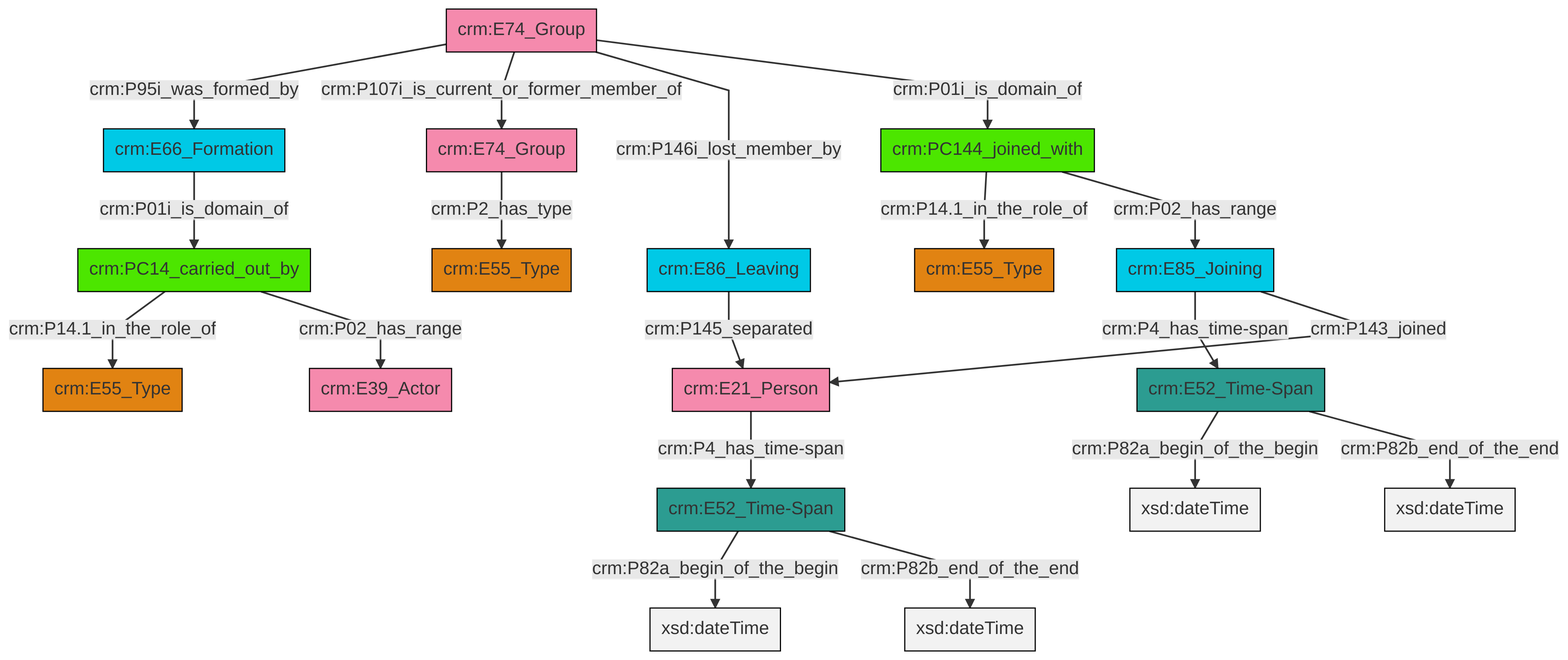
The Mermaid diagram et/groupCSV/ttl/mmd/png/group_actor_relations.png in swiss-art-research-net/docs.swissartresearch, before a commit. Its source is kept beside it as et/groupCSV/ttl/mmd/group_actor_relations.ttl.mmd.
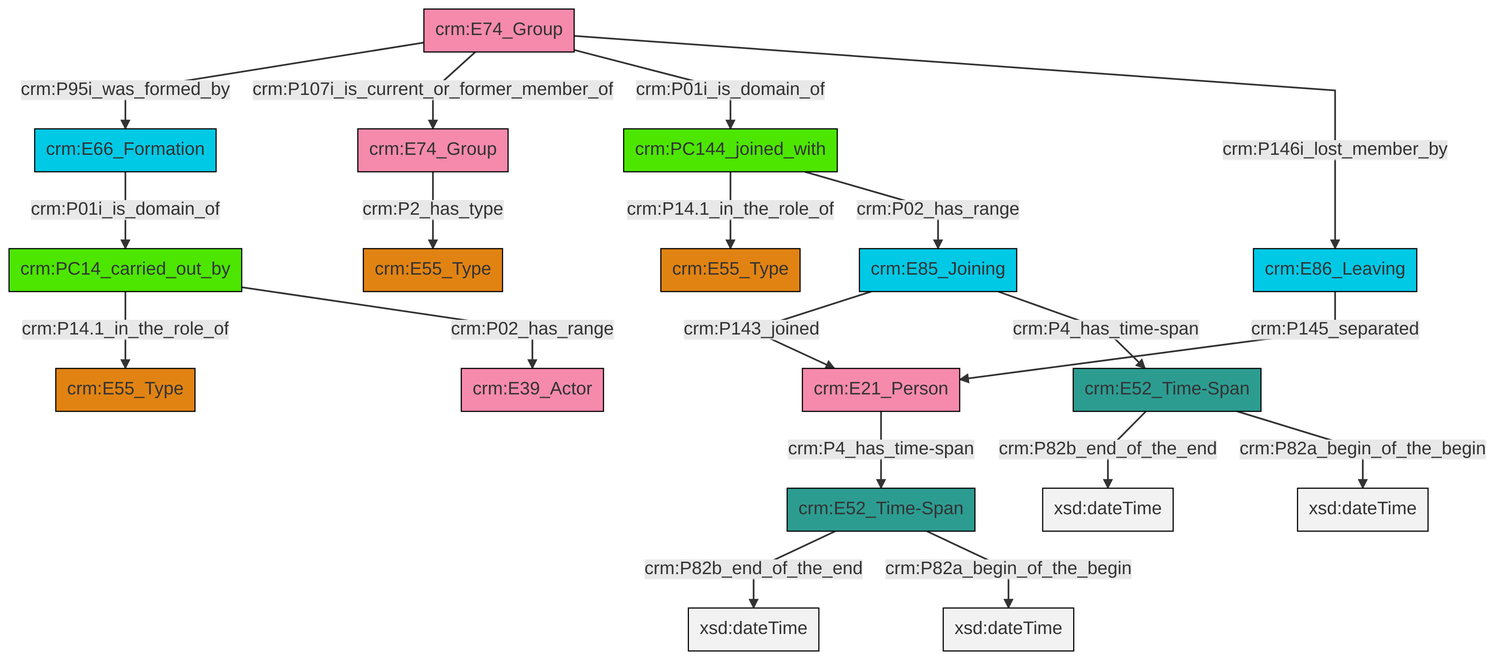
The same diagram one commit later.

What changed in the source:
```diff
@@ -13,21 +13,21 @@
 classDef PC_Classes fill:#4ce600, stroke:#000000;
 classDef Multi fill:#cccccc,stroke:#000000;
 
-0["crm:E74_Group"]:::Actor -->|crm:P2_has_type| 1["crm:E55_Type"]:::Type
-4["crm:E74_Group"]:::Actor -->|crm:P95i_was_formed_by| 5["crm:E66_Formation"]:::Temporal_Entity
-8["crm:E86_Leaving"]:::Temporal_Entity -->|crm:P145_separated| 9["crm:E21_Person"]:::Actor
-4["crm:E74_Group"]:::Actor -->|crm:P107i_is_current_or_former_member_of| 0["crm:E74_Group"]:::Actor
-4["crm:E74_Group"]:::Actor -->|crm:P146i_lost_member_by| 8["crm:E86_Leaving"]:::Temporal_Entity
-14["crm:PC14_carried_out_by"]:::PC_Classes -->|crm:P14.1_in_the_role_of| 6["crm:E55_Type"]:::Type
-10["crm:PC144_joined_with"]:::PC_Classes -->|crm:P14.1_in_the_role_of| 2["crm:E55_Type"]:::Type
-5["crm:E66_Formation"]:::Temporal_Entity -->|crm:P01i_is_domain_of| 14["crm:PC14_carried_out_by"]:::PC_Classes
-15["crm:E52_Time-Span"]:::Time-Span -->|crm:P82a_begin_of_the_begin| 23[xsd:dateTime]:::Literal
-15["crm:E52_Time-Span"]:::Time-Span -->|crm:P82b_end_of_the_end| 25[xsd:dateTime]:::Literal
-21["crm:E52_Time-Span"]:::Time-Span -->|crm:P82a_begin_of_the_begin| 28[xsd:dateTime]:::Literal
-21["crm:E52_Time-Span"]:::Time-Span -->|crm:P82b_end_of_the_end| 32[xsd:dateTime]:::Literal
-19["crm:E85_Joining"]:::Temporal_Entity -->|crm:P4_has_time-span| 21["crm:E52_Time-Span"]:::Time-Span
-4["crm:E74_Group"]:::Actor -->|crm:P01i_is_domain_of| 10["crm:PC144_joined_with"]:::PC_Classes
-14["crm:PC14_carried_out_by"]:::PC_Classes -->|crm:P02_has_range| 29["crm:E39_Actor"]:::Actor
-19["crm:E85_Joining"]:::Temporal_Entity -->|crm:P143_joined| 9["crm:E21_Person"]:::Actor
-9["crm:E21_Person"]:::Actor -->|crm:P4_has_time-span| 15["crm:E52_Time-Span"]:::Time-Span
-10["crm:PC144_joined_with"]:::PC_Classes -->|crm:P02_has_range| 19["crm:E85_Joining"]:::Temporal_Entity
+0["crm:E74_Group"]:::Actor -->|crm:P95i_was_formed_by| 1["crm:E66_Formation"]:::Temporal_Entity
+2["crm:E52_Time-Span"]:::Time-Span -->|crm:P82b_end_of_the_end| 3[xsd:dateTime]:::Literal
+9["crm:PC144_joined_with"]:::PC_Classes -->|crm:P14.1_in_the_role_of| 7["crm:E55_Type"]:::Type
+12["crm:E85_Joining"]:::Temporal_Entity -->|crm:P143_joined| 4["crm:E21_Person"]:::Actor
+13["crm:E52_Time-Span"]:::Time-Span -->|crm:P82b_end_of_the_end| 14[xsd:dateTime]:::Literal
+15["crm:E74_Group"]:::Actor -->|crm:P2_has_type| 16["crm:E55_Type"]:::Type
+13["crm:E52_Time-Span"]:::Time-Span -->|crm:P82a_begin_of_the_begin| 18[xsd:dateTime]:::Literal
+22["crm:PC14_carried_out_by"]:::PC_Classes -->|crm:P14.1_in_the_role_of| 10["crm:E55_Type"]:::Type
+9["crm:PC144_joined_with"]:::PC_Classes -->|crm:P02_has_range| 12["crm:E85_Joining"]:::Temporal_Entity
+2["crm:E52_Time-Span"]:::Time-Span -->|crm:P82a_begin_of_the_begin| 24[xsd:dateTime]:::Literal
+22["crm:PC14_carried_out_by"]:::PC_Classes -->|crm:P02_has_range| 20["crm:E39_Actor"]:::Actor
+25["crm:E86_Leaving"]:::Temporal_Entity -->|crm:P145_separated| 4["crm:E21_Person"]:::Actor
+0["crm:E74_Group"]:::Actor -->|crm:P107i_is_current_or_former_member_of| 15["crm:E74_Group"]:::Actor
+4["crm:E21_Person"]:::Actor -->|crm:P4_has_time-span| 2["crm:E52_Time-Span"]:::Time-Span
+12["crm:E85_Joining"]:::Temporal_Entity -->|crm:P4_has_time-span| 13["crm:E52_Time-Span"]:::Time-Span
+0["crm:E74_Group"]:::Actor -->|crm:P01i_is_domain_of| 9["crm:PC144_joined_with"]:::PC_Classes
+0["crm:E74_Group"]:::Actor -->|crm:P146i_lost_member_by| 25["crm:E86_Leaving"]:::Temporal_Entity
+1["crm:E66_Formation"]:::Temporal_Entity -->|crm:P01i_is_domain_of| 22["crm:PC14_carried_out_by"]:::PC_Classes
```
